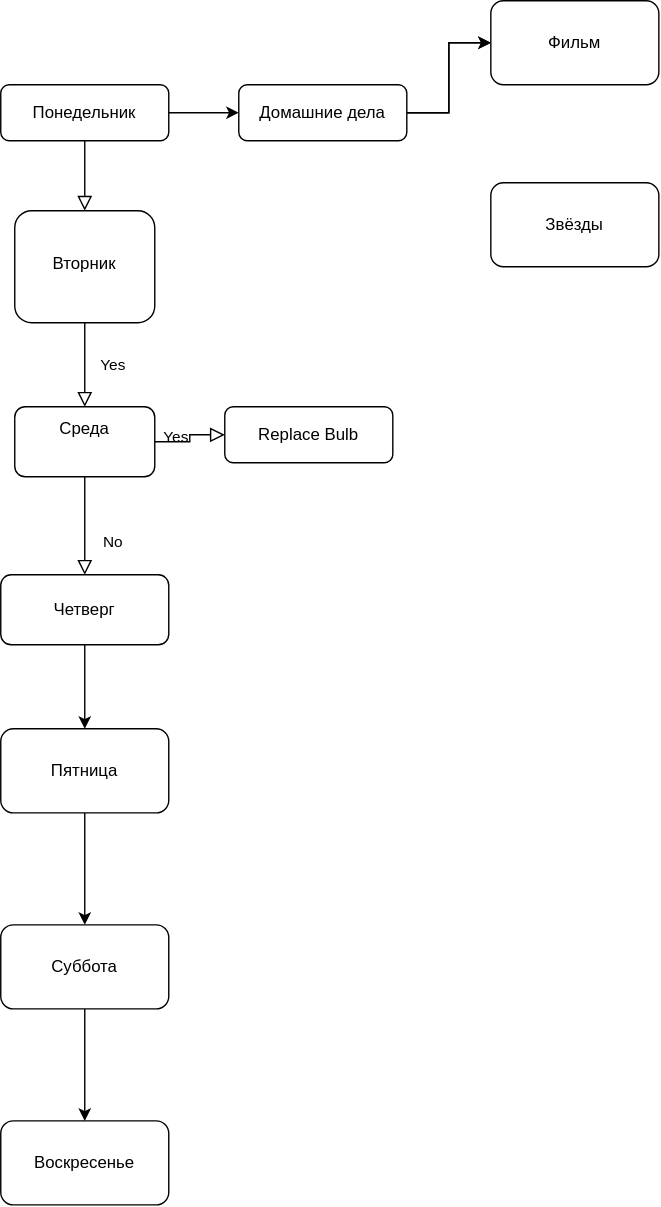
Earlier version of the draw.io export Untitled Diagram.drawio.svg (Beattle/app). Source tidied: cells renumbered, new cells last; positions are measured from the earlier drawing's top-left corner, leaving out a move shared by most shapes.
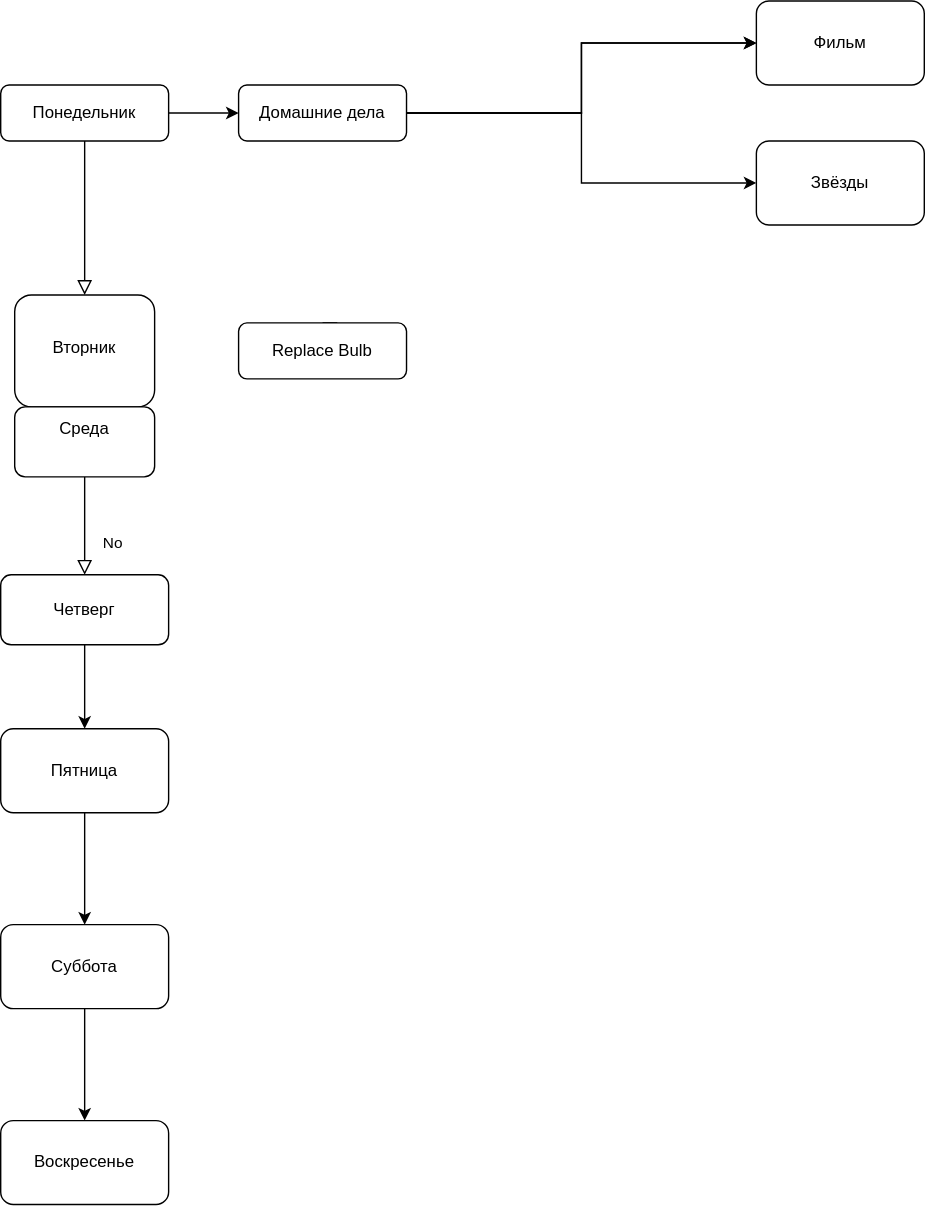
The same file after the commit.

Diff of the diagram source:
```diff
@@ -15,7 +15,7 @@
       <mxGeometry y="20" relative="1" as="geometry" />
     </mxCell>
     <mxCell id="6" value="Вторник" style="rounded=1;whiteSpace=wrap;html=1;shadow=0;fontFamily=Helvetica;fontSize=12;align=center;strokeWidth=1;spacing=6;spacingTop=-4;" parent="1" vertex="1">
-      <mxGeometry x="10" y="150" width="100" height="80" as="geometry" />
+      <mxGeometry x="10" y="210" width="100" height="80" as="geometry" />
     </mxCell>
     <mxCell id="7" style="edgeStyle=orthogonalEdgeStyle;rounded=0;jettySize=auto;html=1;" parent="1" edge="1" source="9" target="21">
       <mxGeometry relative="1" as="geometry" />
@@ -23,15 +23,15 @@
     <mxCell id="8" style="edgeStyle=orthogonalEdgeStyle;rounded=0;jettySize=auto;html=1;" parent="1" edge="1" source="9" target="21">
       <mxGeometry relative="1" as="geometry" />
     </mxCell>
+    <mxCell id="23" style="edgeStyle=orthogonalEdgeStyle;rounded=0;jettySize=auto;html=1;entryX=0;entryY=0.5;entryDx=0;entryDy=0;" parent="1" edge="1" source="9" target="22">
+      <mxGeometry relative="1" as="geometry" />
+    </mxCell>
     <mxCell id="9" value="&lt;div&gt;Домашние дела&lt;/div&gt;" style="rounded=1;whiteSpace=wrap;html=1;fontSize=12;glass=0;strokeWidth=1;shadow=0;" parent="1" vertex="1">
       <mxGeometry x="170" y="60" width="120" height="40" as="geometry" />
     </mxCell>
     <mxCell id="10" value="No" style="rounded=0;html=1;jettySize=auto;fontSize=11;endArrow=block;endFill=0;endSize=8;strokeWidth=1;shadow=0;labelBackgroundColor=none;edgeStyle=orthogonalEdgeStyle;" parent="1" edge="1" source="12" target="14">
       <mxGeometry x="0.33" y="20" relative="1" as="geometry" />
     </mxCell>
-    <mxCell id="11" value="Yes" style="edgeStyle=orthogonalEdgeStyle;rounded=0;html=1;jettySize=auto;fontSize=11;endArrow=block;endFill=0;endSize=8;strokeWidth=1;shadow=0;labelBackgroundColor=none;" parent="1" edge="1" source="12" target="15">
-      <mxGeometry y="10" relative="1" as="geometry" />
-    </mxCell>
     <mxCell id="12" value="&lt;div&gt;Среда&lt;/div&gt;&lt;div&gt;&lt;br&gt;&lt;/div&gt;" style="rounded=1;whiteSpace=wrap;html=1;shadow=0;fontFamily=Helvetica;fontSize=12;align=center;strokeWidth=1;spacing=6;spacingTop=-4;" parent="1" vertex="1">
       <mxGeometry x="10" y="290" width="100" height="50" as="geometry" />
     </mxCell>
@@ -41,8 +41,13 @@
     <mxCell id="14" value="Четверг" style="rounded=1;whiteSpace=wrap;html=1;fontSize=12;glass=0;strokeWidth=1;shadow=0;" parent="1" vertex="1">
       <mxGeometry y="410" width="120" height="50" as="geometry" />
     </mxCell>
+    <mxCell id="24" style="edgeStyle=orthogonalEdgeStyle;rounded=0;jettySize=auto;html=1;exitX=0.5;exitY=0;exitDx=0;exitDy=0;" parent="1" edge="1" source="15">
+      <mxGeometry relative="1" as="geometry">
+        <mxPoint x="240" y="250" as="targetPoint" />
+      </mxGeometry>
+    </mxCell>
     <mxCell id="15" value="Replace Bulb" style="rounded=1;whiteSpace=wrap;html=1;fontSize=12;glass=0;strokeWidth=1;shadow=0;" parent="1" vertex="1">
-      <mxGeometry x="160" y="290" width="120" height="40" as="geometry" />
+      <mxGeometry x="170" y="230" width="120" height="40" as="geometry" />
     </mxCell>
     <mxCell id="16" style="edgeStyle=orthogonalEdgeStyle;rounded=0;jettySize=auto;html=1;" parent="1" edge="1" source="17" target="19">
       <mxGeometry relative="1" as="geometry" />
@@ -60,10 +65,10 @@
       <mxGeometry y="800" width="120" height="60" as="geometry" />
     </mxCell>
     <mxCell id="21" value="Фильм" style="whiteSpace=wrap;html=1;rounded=1;glass=0;strokeWidth=1;shadow=0;" parent="1" vertex="1">
-      <mxGeometry x="350" width="120" height="60" as="geometry" />
+      <mxGeometry x="540" width="120" height="60" as="geometry" />
     </mxCell>
     <mxCell id="22" value="Звёзды" style="whiteSpace=wrap;html=1;rounded=1;glass=0;strokeWidth=1;shadow=0;" parent="1" vertex="1">
-      <mxGeometry x="350" y="130" width="120" height="60" as="geometry" />
+      <mxGeometry x="540" y="100" width="120" height="60" as="geometry" />
     </mxCell>
   </root>
 </mxGraphModel>
```
